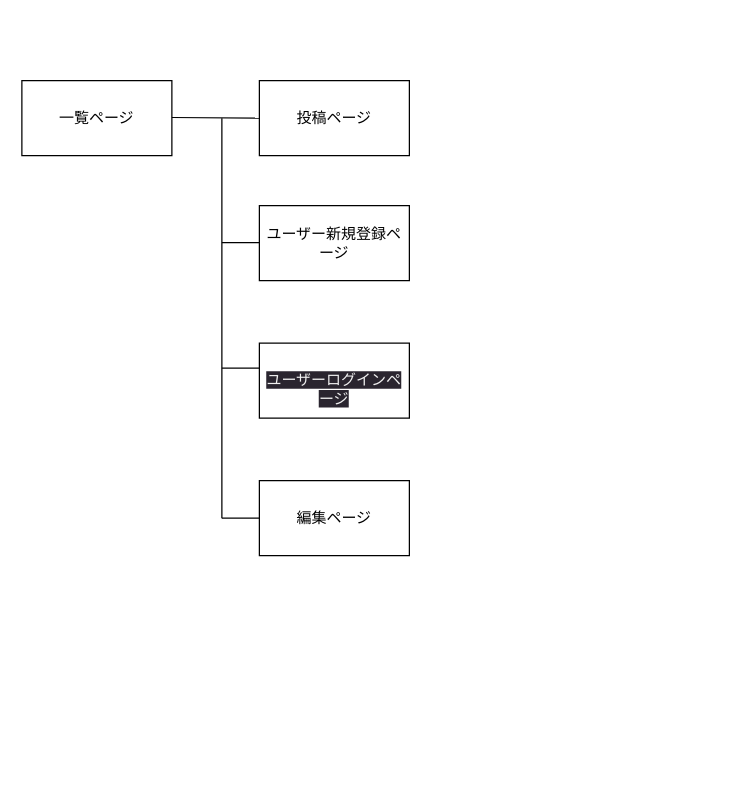
aaaaasaaaaatech/training_management keeps this draw.io diagram as senizu.drawio. Above is the earlier version. Source tidied: cells renumbered, new cells numbered last; positions are measured from the earlier drawing's top-left corner, leaving out a move shared by most shapes. Both pictures are drawn from the tidied source at 125%, with x=0, y=0 at pixel (21, 80).
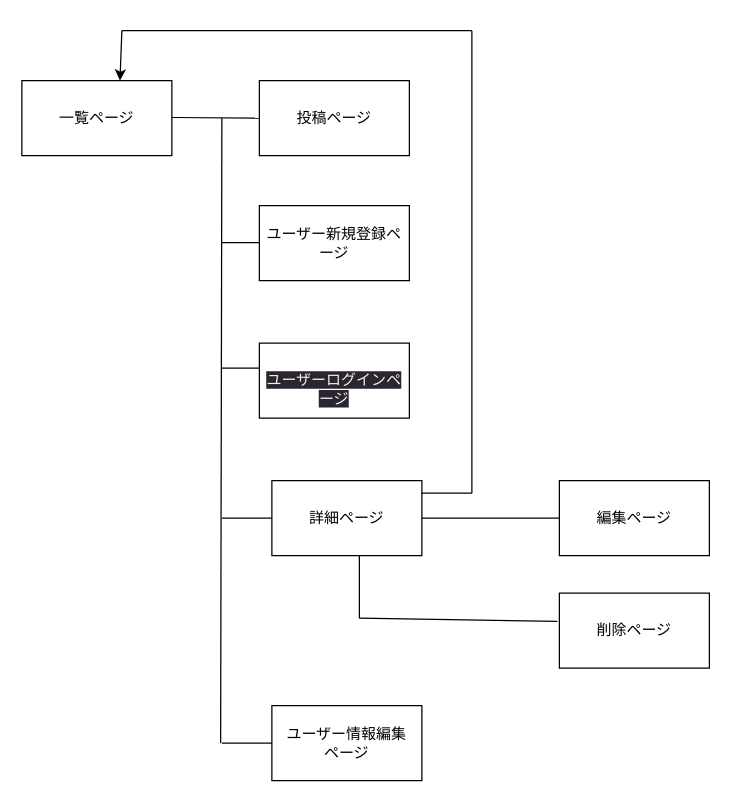
Above is the later version.

Unchanged cells that the change refers to:
```xml
<mxCell id="2" value="一覧ページ" style="rounded=0;whiteSpace=wrap;html=1;" parent="1" vertex="1">
  <mxGeometry width="120" height="60" as="geometry" />
</mxCell>
```

What changed in the source:
```diff
@@
     <mxCell id="6" value="編集ページ" style="rounded=0;whiteSpace=wrap;html=1;" parent="1" vertex="1">
-      <mxGeometry x="190" y="320" width="120" height="60" as="geometry" />
+      <mxGeometry x="430" y="320" width="120" height="60" as="geometry" />
     </mxCell>
@@
     <mxCell id="8" style="endArrow=none;html=1;" parent="1" edge="1">
       <mxGeometry relative="1" as="geometry">
-        <mxPoint x="160" y="350" as="sourcePoint" />
+        <mxPoint x="159" y="530" as="sourcePoint" />
         <mxPoint x="160" y="30" as="targetPoint" />
       </mxGeometry>
     </mxCell>
@@
+    <mxCell id="12" value="詳細ページ" style="rounded=0;whiteSpace=wrap;html=1;" parent="1" vertex="1">
+      <mxGeometry x="200" y="320" width="120" height="60" as="geometry" />
+    </mxCell>
+    <mxCell id="13" value="削除ページ" style="rounded=0;whiteSpace=wrap;html=1;" parent="1" vertex="1">
+      <mxGeometry x="430" y="410" width="120" height="60" as="geometry" />
+    </mxCell>
+    <mxCell id="14" style="endArrow=none;html=1;" parent="1" edge="1">
+      <mxGeometry relative="1" as="geometry">
+        <mxPoint x="270" y="430" as="sourcePoint" />
+        <mxPoint x="270" y="380" as="targetPoint" />
+      </mxGeometry>
+    </mxCell>
+    <mxCell id="15" style="endArrow=none;html=1;entryX=-0.013;entryY=0.377;entryDx=0;entryDy=0;entryPerimeter=0;" parent="1" edge="1" target="13">
+      <mxGeometry relative="1" as="geometry">
+        <mxPoint x="270" y="430" as="sourcePoint" />
+      </mxGeometry>
+    </mxCell>
+    <mxCell id="16" value="ユーザー情報編集&lt;br&gt;ページ" style="rounded=0;whiteSpace=wrap;html=1;" parent="1" vertex="1">
+      <mxGeometry x="200" y="500" width="120" height="60" as="geometry" />
+    </mxCell>
+    <mxCell id="17" style="endArrow=none;html=1;entryX=0;entryY=0.5;entryDx=0;entryDy=0;" parent="1" edge="1" target="16">
+      <mxGeometry relative="1" as="geometry">
+        <mxPoint x="160" y="530" as="sourcePoint" />
+      </mxGeometry>
+    </mxCell>
+    <mxCell id="18" style="endArrow=classic;html=1;entryX=0.654;entryY=-0.001;entryDx=0;entryDy=0;entryPerimeter=0;" parent="1" edge="1" target="2">
+      <mxGeometry relative="1" as="geometry">
+        <mxPoint x="80" y="-40" as="sourcePoint" />
+      </mxGeometry>
+    </mxCell>
+    <mxCell id="19" style="endArrow=none;html=1;" parent="1" edge="1">
+      <mxGeometry relative="1" as="geometry">
+        <mxPoint x="80" y="-40" as="sourcePoint" />
+        <mxPoint x="360" y="-40" as="targetPoint" />
+      </mxGeometry>
+    </mxCell>
+    <mxCell id="20" style="endArrow=none;html=1;" parent="1" edge="1">
+      <mxGeometry relative="1" as="geometry">
+        <mxPoint x="360" y="330" as="sourcePoint" />
+        <mxPoint x="360" y="-40" as="targetPoint" />
+      </mxGeometry>
+    </mxCell>
+    <mxCell id="21" style="endArrow=none;html=1;" parent="1" edge="1">
+      <mxGeometry relative="1" as="geometry">
+        <mxPoint x="320" y="330" as="sourcePoint" />
+        <mxPoint x="360" y="330" as="targetPoint" />
+      </mxGeometry>
+    </mxCell>
```
